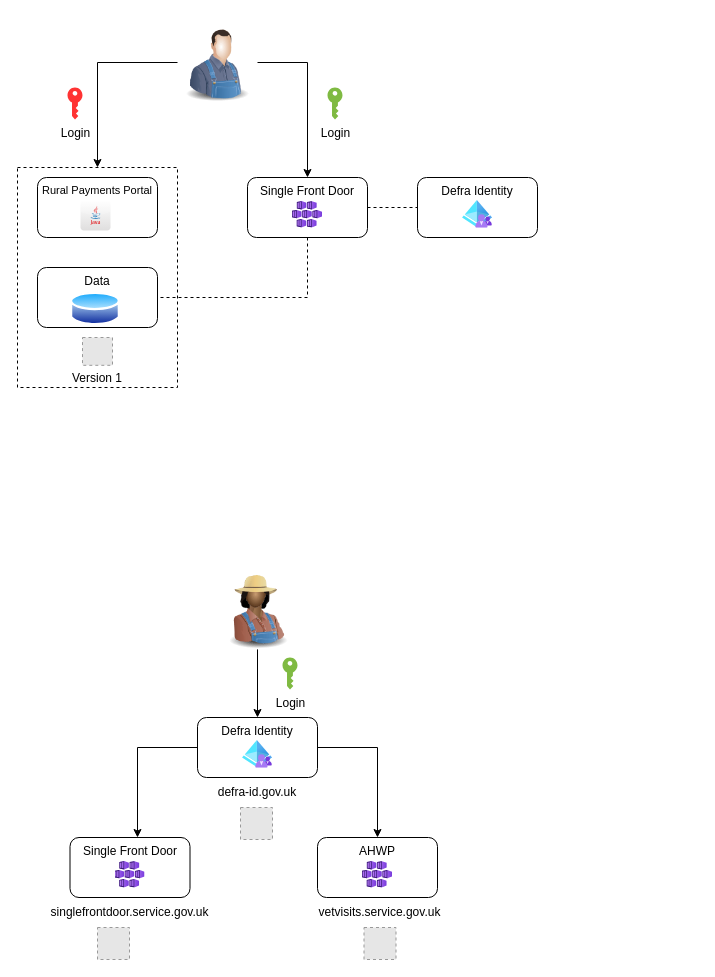
Earlier version of the draw.io diagram FFD/two-portals.drawio (DEFRA/ffc-diagrams). Source tidied: cells renumbered, new cells numbered last; positions are measured from the earlier drawing's top-left corner, leaving out a move shared by most shapes. Both pictures are drawn from the tidied source at 100%, with x=0, y=0 at pixel (17, 17). Pictures stored in the file or linked from it are replaced by grey dashed boxes.
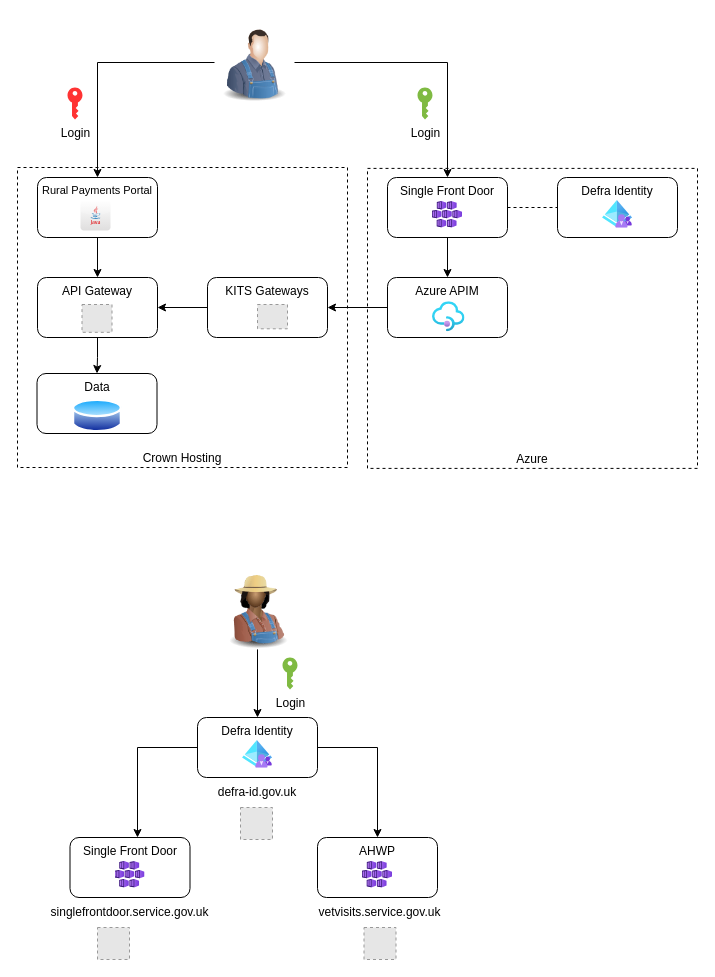
The same page after the edit.

Unchanged cells that the change refers to:
```xml
<mxCell id="9" value="Rural Payments Portal" style="rounded=1;whiteSpace=wrap;html=1;verticalAlign=top;fontSize=11;" parent="1" vertex="1">
  <mxGeometry x="20" y="160" width="120" height="60" as="geometry" />
</mxCell>
```

Diff of the diagram source:
```diff
@@
+    <mxCell id="36" value="Azure" style="rounded=0;whiteSpace=wrap;html=1;dashed=1;verticalAlign=bottom;" parent="1" vertex="1">
+      <mxGeometry x="350" y="150.9" width="330" height="300" as="geometry" />
+    </mxCell>
-    <mxCell id="2" value="Version 1" style="rounded=0;whiteSpace=wrap;html=1;dashed=1;verticalAlign=bottom;" parent="1" vertex="1">
-      <mxGeometry y="150" width="160" height="220" as="geometry" />
+    <mxCell id="2" value="Crown Hosting" style="rounded=0;whiteSpace=wrap;html=1;dashed=1;verticalAlign=bottom;" parent="1" vertex="1">
+      <mxGeometry y="150" width="330" height="300" as="geometry" />
     </mxCell>
-    <mxCell id="3" style="edgeStyle=orthogonalEdgeStyle;rounded=0;jettySize=auto;html=1;entryX=0.5;entryY=0;entryDx=0;entryDy=0;exitX=0;exitY=0.5;exitDx=0;exitDy=0;" parent="1" edge="1" source="5" target="2">
-      <mxGeometry relative="1" as="geometry" />
-    </mxCell>
@@
+    <mxCell id="37" style="edgeStyle=orthogonalEdgeStyle;rounded=0;jettySize=auto;html=1;" parent="1" edge="1" source="5" target="9">
+      <mxGeometry relative="1" as="geometry" />
+    </mxCell>
     <mxCell id="5" style="image;html=1;image=img/lib/clip_art/people/Farmer_Man_128x128.png;" parent="1" vertex="1">
-      <mxGeometry x="160" width="80" height="90" as="geometry" />
+      <mxGeometry x="197" width="80" height="90" as="geometry" />
     </mxCell>
@@
-    <mxCell id="7" style="edgeStyle=orthogonalEdgeStyle;rounded=0;jettySize=auto;html=1;entryX=1;entryY=0.5;entryDx=0;entryDy=0;endArrow=none;endFill=0;dashed=1;" parent="1" edge="1" source="8" target="10">
-      <mxGeometry relative="1" as="geometry">
-        <Array as="points">
-          <mxPoint x="290" y="280" />
-        </Array>
-      </mxGeometry>
-    </mxCell>
+    <mxCell id="38" style="edgeStyle=orthogonalEdgeStyle;rounded=0;jettySize=auto;html=1;" parent="1" edge="1" source="8" target="46">
+      <mxGeometry relative="1" as="geometry" />
+    </mxCell>
     <mxCell id="8" value="Single Front Door" style="rounded=1;whiteSpace=wrap;html=1;verticalAlign=top;" parent="1" vertex="1">
-      <mxGeometry x="230" y="160" width="120" height="60" as="geometry" />
+      <mxGeometry x="370" y="160" width="120" height="60" as="geometry" />
     </mxCell>
+    <mxCell id="39" style="edgeStyle=orthogonalEdgeStyle;rounded=0;jettySize=auto;html=1;" parent="1" edge="1" source="9" target="10">
+      <mxGeometry relative="1" as="geometry" />
+    </mxCell>
@@
+    <mxCell id="40" style="edgeStyle=orthogonalEdgeStyle;rounded=0;jettySize=auto;html=1;" parent="1" edge="1" source="10" target="41">
+      <mxGeometry relative="1" as="geometry" />
+    </mxCell>
-    <mxCell id="10" value="Data" style="rounded=1;whiteSpace=wrap;html=1;verticalAlign=top;" parent="1" vertex="1">
-      <mxGeometry x="20" y="250" width="120" height="60" as="geometry" />
+    <mxCell id="10" value="API Gateway" style="rounded=1;whiteSpace=wrap;html=1;verticalAlign=top;" parent="1" vertex="1">
+      <mxGeometry x="20" y="260" width="120" height="60" as="geometry" />
     </mxCell>
     <mxCell id="11" style="image;html=1;align=center;fontSize=12;image=img/lib/azure2/compute/Kubernetes_Services.svg;" parent="1" vertex="1">
-      <mxGeometry x="275" y="184" width="30" height="26.5" as="geometry" />
+      <mxGeometry x="415" y="184" width="30" height="26.5" as="geometry" />
     </mxCell>
     <mxCell id="12" style="fillColor=#E6E6E6;strokeColor=#999999;dashed=1;verticalLabelPosition=bottom;labelBackgroundColor=default;verticalAlign=top;" parent="1" vertex="1">
-      <mxGeometry x="65" y="320" width="30" height="27.8" as="geometry" />
+      <mxGeometry x="64.5" y="287" width="30" height="27.8" as="geometry" />
     </mxCell>
@@
-    <mxCell id="14" style="image;perimeter=ellipsePerimeter;html=1;align=center;shadow=0;dashed=0;spacingTop=3;image=img/lib/active_directory/database.svg;" parent="1" vertex="1">
-      <mxGeometry x="53" y="273" width="50" height="37" as="geometry" />
-    </mxCell>
     <mxCell id="15" value="Defra Identity" style="rounded=1;whiteSpace=wrap;html=1;verticalAlign=top;" parent="1" vertex="1">
-      <mxGeometry x="400" y="160" width="120" height="60" as="geometry" />
+      <mxGeometry x="540" y="160" width="120" height="60" as="geometry" />
     </mxCell>
     <mxCell id="16" style="image;html=1;align=center;fontSize=12;image=img/lib/azure2/identity/Azure_AD_B2C.svg;" parent="1" vertex="1">
-      <mxGeometry x="445" y="183" width="30" height="27.8" as="geometry" />
+      <mxGeometry x="585" y="183" width="30" height="27.8" as="geometry" />
     </mxCell>
     <mxCell id="17" value="Login" style="sketch=0;shadow=0;dashed=0;html=1;strokeColor=none;labelPosition=center;verticalLabelPosition=bottom;verticalAlign=top;align=center;shape=mxgraph.office.security.key_permissions;fillColor=#7FBA42;" parent="1" vertex="1">
-      <mxGeometry x="310" y="70" width="15" height="31.9" as="geometry" />
+      <mxGeometry x="400" y="70" width="15" height="31.9" as="geometry" />
     </mxCell>
@@
+    <mxCell id="41" value="Data" style="rounded=1;whiteSpace=wrap;html=1;verticalAlign=top;" parent="1" vertex="1">
+      <mxGeometry x="19.5" y="356" width="120" height="60" as="geometry" />
+    </mxCell>
+    <mxCell id="14" style="image;perimeter=ellipsePerimeter;html=1;align=center;shadow=0;dashed=0;spacingTop=3;image=img/lib/active_directory/database.svg;" parent="1" vertex="1">
+      <mxGeometry x="55" y="380" width="50" height="37" as="geometry" />
+    </mxCell>
+    <mxCell id="42" style="edgeStyle=orthogonalEdgeStyle;rounded=0;jettySize=auto;html=1;entryX=1;entryY=0.5;entryDx=0;entryDy=0;" parent="1" edge="1" source="43" target="10">
+      <mxGeometry relative="1" as="geometry" />
+    </mxCell>
+    <mxCell id="43" value="KITS Gateways" style="rounded=1;whiteSpace=wrap;html=1;verticalAlign=top;" parent="1" vertex="1">
+      <mxGeometry x="190" y="260" width="120" height="60" as="geometry" />
+    </mxCell>
+    <mxCell id="44" style="fillColor=#E6E6E6;strokeColor=#999999;dashed=1;verticalLabelPosition=bottom;labelBackgroundColor=default;verticalAlign=top;" parent="1" vertex="1">
+      <mxGeometry x="240" y="287" width="30" height="24.3" as="geometry" />
+    </mxCell>
+    <mxCell id="45" style="edgeStyle=orthogonalEdgeStyle;rounded=0;jettySize=auto;html=1;entryX=1;entryY=0.5;entryDx=0;entryDy=0;" parent="1" edge="1" source="46" target="43">
+      <mxGeometry relative="1" as="geometry" />
+    </mxCell>
+    <mxCell id="46" value="Azure APIM" style="rounded=1;whiteSpace=wrap;html=1;verticalAlign=top;" parent="1" vertex="1">
+      <mxGeometry x="370" y="260" width="120" height="60" as="geometry" />
+    </mxCell>
+    <mxCell id="47" style="image;html=1;align=center;fontSize=12;image=img/lib/azure2/app_services/API_Management_Services.svg;" parent="1" vertex="1">
+      <mxGeometry x="415" y="284.2" width="32.5" height="30" as="geometry" />
+    </mxCell>
```
